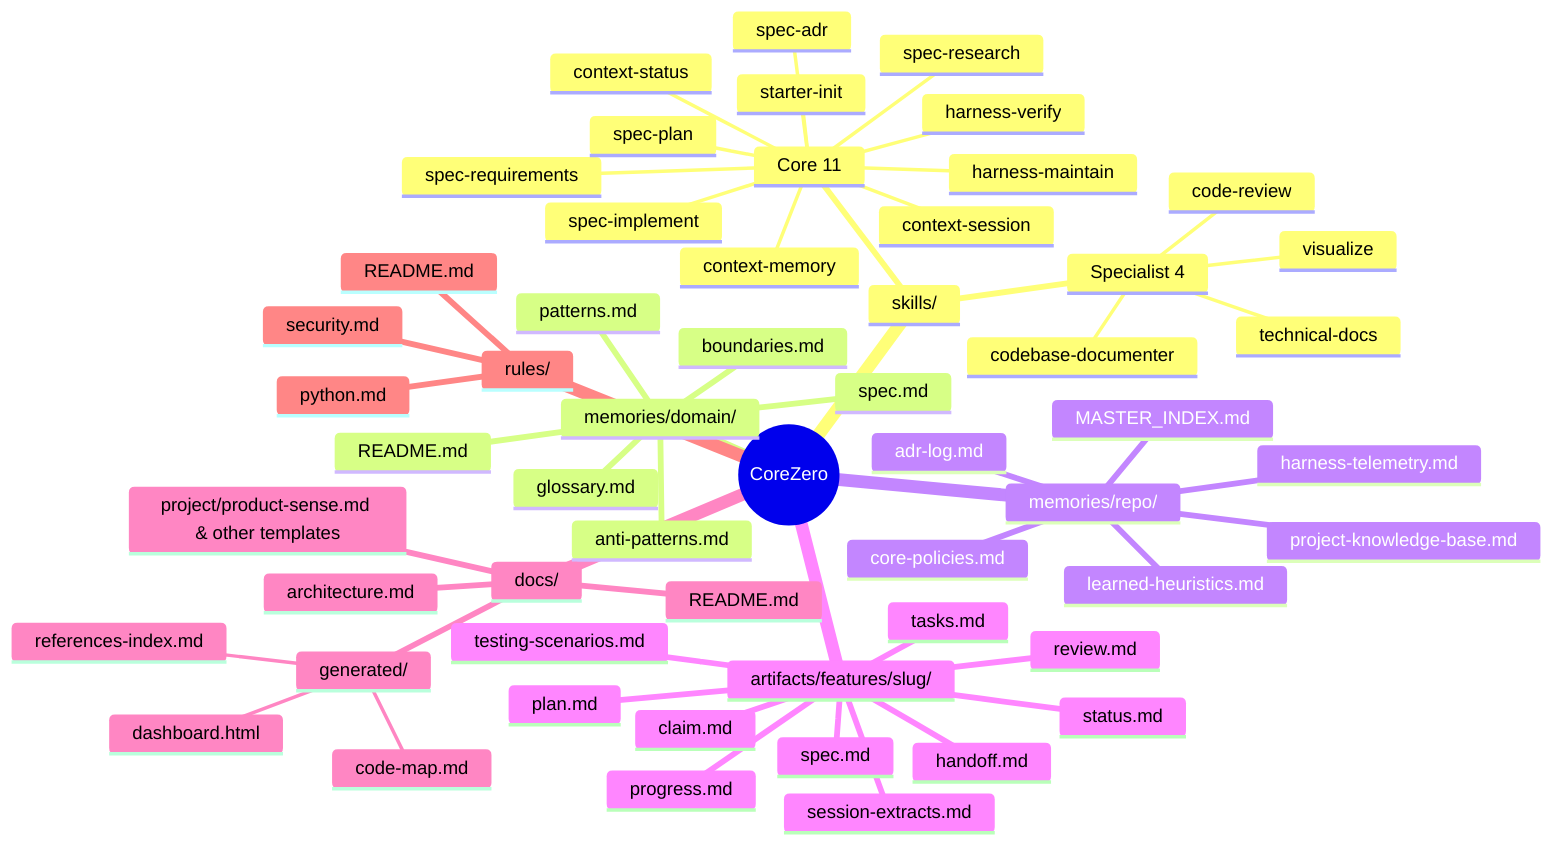
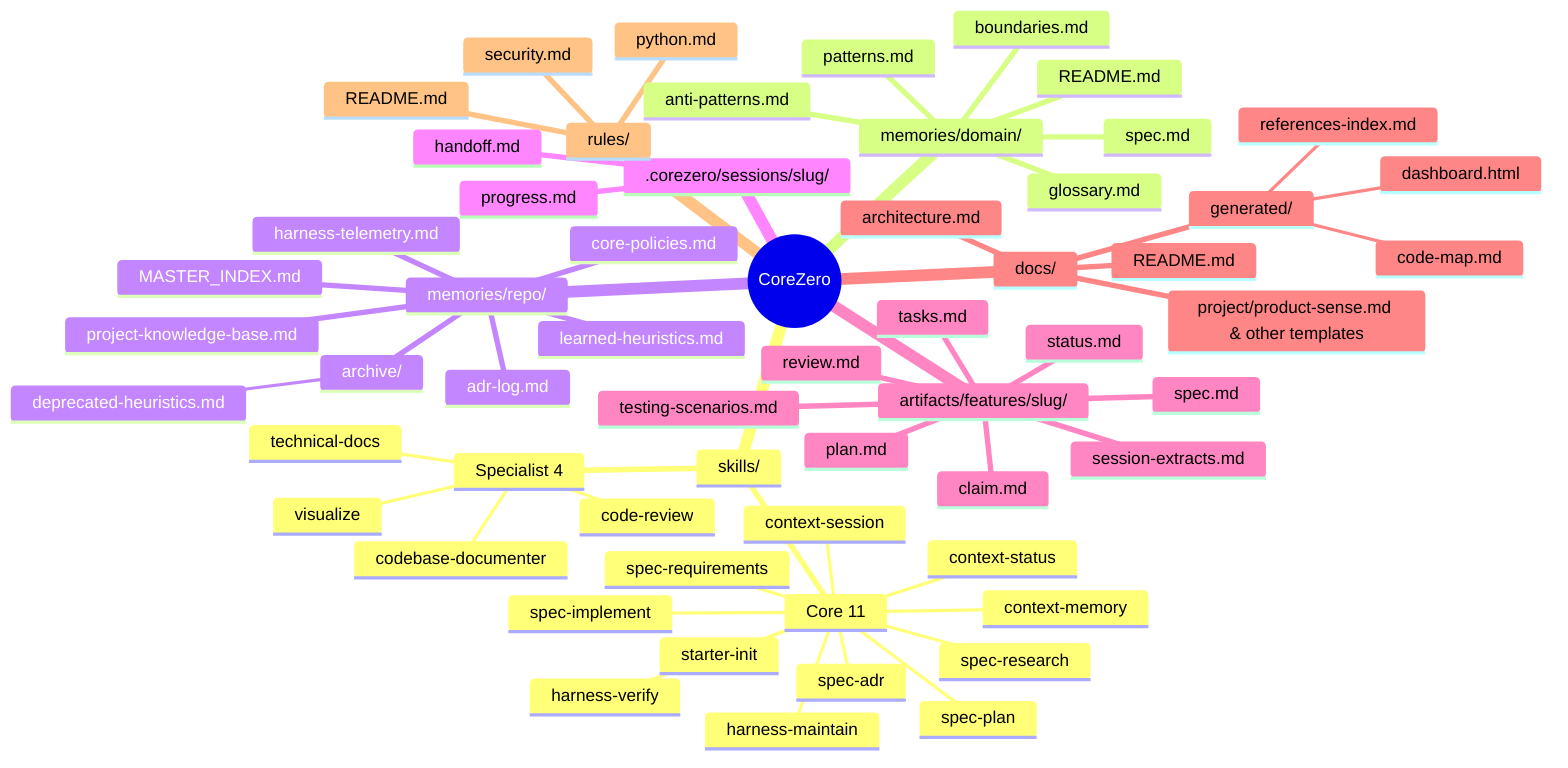
mindmap
  root((CoreZero))
    skills/
      Core 11
        starter-init
        context-session
        context-status
        context-memory
        spec-research
        spec-requirements
        spec-adr
        spec-plan
        spec-implement
        harness-verify
        harness-maintain
      Specialist 4
        code-review
        visualize
        technical-docs
        codebase-documenter
    memories/domain/
      README.md
      glossary.md
      patterns.md
      anti-patterns.md
      boundaries.md
      spec.md
    memories/repo/
      MASTER_INDEX.md
      core-policies.md
      project-knowledge-base.md
      learned-heuristics.md
      harness-telemetry.md
      adr-log.md
+       archive/
+         deprecated-heuristics.md
+     .corezero/sessions/slug/
+       progress.md
+       handoff.md
    artifacts/features/slug/
      status.md
      spec.md
      plan.md
      tasks.md
      review.md
      testing-scenarios.md
-       handoff.md
-       progress.md
      claim.md
      session-extracts.md
    docs/
      README.md
      architecture.md
      project/product-sense.md & other templates
      generated/
        code-map.md
        dashboard.html
        references-index.md
    rules/
      README.md
      python.md
      security.md
